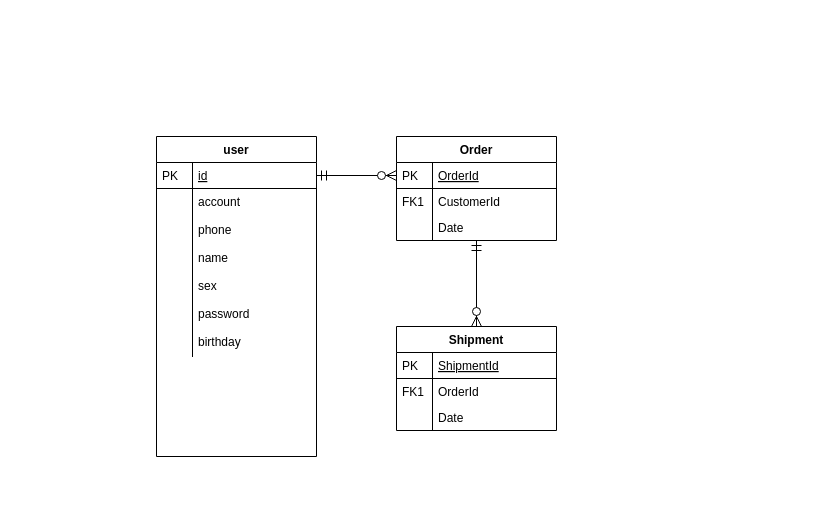
iceAcmen/myDesign keeps this draw.io diagram as 人生管理系统.drawio. Above is the earlier version. Source tidied: cells renumbered, new cells numbered last; positions are measured from the earlier drawing's top-left corner, leaving out a move shared by most shapes. Both pictures are drawn from the tidied source at 100%, with x=0, y=0 at pixel (156, 136).
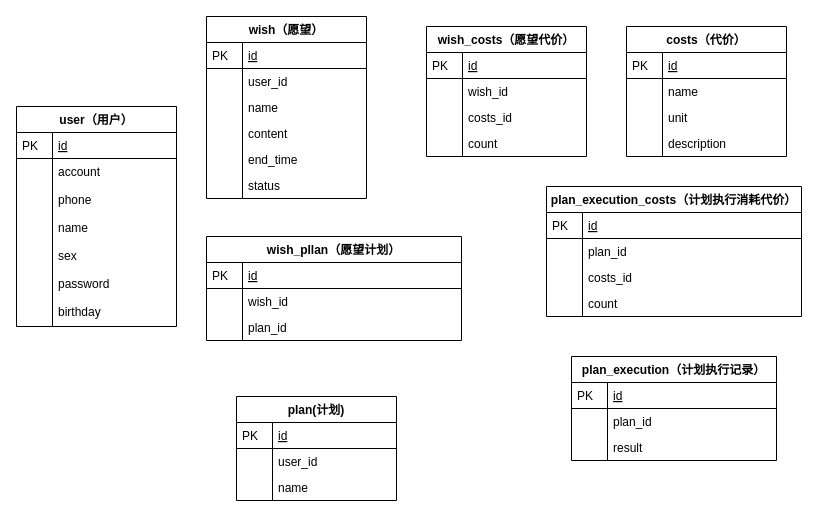
The same diagram, later.

Commit message (it also covers changes not shown here):
更新人生管理系统.drawio

The change refers to these unchanged cells:
```xml
<mxCell id="3" value="id" style="shape=partialRectangle;top=0;left=0;right=0;bottom=1;align=left;verticalAlign=top;fillColor=none;spacingLeft=40;spacingRight=4;overflow=hidden;points=[[0,0.5],[1,0.5]];portConstraint=eastwest;rounded=0;shadow=0;strokeWidth=1;fontStyle=4;" parent="2" vertex="1">
  <mxGeometry y="26" width="160" height="26" as="geometry" />
</mxCell>
```

What changed in the source:
```diff
@@
-    <mxCell id="2" value="user" style="swimlane;fontStyle=1;horizontal=1;startSize=26;rounded=0;shadow=0;strokeWidth=1;" parent="1" vertex="1">
-      <mxGeometry width="160" height="320" as="geometry" />
+    <mxCell id="2" value="user（用户）" style="swimlane;fontStyle=1;horizontal=1;startSize=26;rounded=0;shadow=0;strokeWidth=1;" parent="1" vertex="1">
+      <mxGeometry x="-140" y="-30" width="160" height="220" as="geometry" />
     </mxCell>
@@
-    <mxCell id="17" value="Order" style="swimlane;fontStyle=1;horizontal=1;startSize=26;rounded=0;shadow=0;strokeWidth=1;" parent="1" vertex="1">
-      <mxGeometry x="240" width="160" height="104" as="geometry" />
+    <mxCell id="17" value="plan(计划)" style="swimlane;fontStyle=1;horizontal=1;startSize=26;rounded=0;shadow=0;strokeWidth=1;" parent="1" vertex="1">
+      <mxGeometry x="80" y="260" width="160" height="104" as="geometry" />
     </mxCell>
-    <mxCell id="18" value="OrderId" style="shape=partialRectangle;top=0;left=0;right=0;bottom=1;align=left;verticalAlign=top;fillColor=none;spacingLeft=40;spacingRight=4;overflow=hidden;points=[[0,0.5],[1,0.5]];portConstraint=eastwest;rounded=0;shadow=0;strokeWidth=1;fontStyle=4;" parent="17" vertex="1">
+    <mxCell id="18" value="id" style="shape=partialRectangle;top=0;left=0;right=0;bottom=1;align=left;verticalAlign=top;fillColor=none;spacingLeft=40;spacingRight=4;overflow=hidden;points=[[0,0.5],[1,0.5]];portConstraint=eastwest;rounded=0;shadow=0;strokeWidth=1;fontStyle=4;" parent="17" vertex="1">
       <mxGeometry y="26" width="160" height="26" as="geometry" />
     </mxCell>
@@
-    <mxCell id="20" value="CustomerId" style="shape=partialRectangle;top=0;left=0;right=0;bottom=0;align=left;verticalAlign=top;fillColor=none;spacingLeft=40;spacingRight=4;overflow=hidden;rounded=0;shadow=0;strokeWidth=1;" parent="17" vertex="1">
+    <mxCell id="20" value="user_id" style="shape=partialRectangle;top=0;left=0;right=0;bottom=0;align=left;verticalAlign=top;fillColor=none;spacingLeft=40;spacingRight=4;overflow=hidden;rounded=0;shadow=0;strokeWidth=1;" parent="17" vertex="1">
       <mxGeometry y="52" width="160" height="26" as="geometry" />
     </mxCell>
-    <mxCell id="21" value="FK1" style="shape=partialRectangle;top=0;left=0;bottom=0;fillColor=none;align=left;verticalAlign=top;spacingLeft=4;spacingRight=4;overflow=hidden;" parent="20" vertex="1">
+    <mxCell id="21" style="shape=partialRectangle;top=0;left=0;bottom=0;fillColor=none;align=left;verticalAlign=top;spacingLeft=4;spacingRight=4;overflow=hidden;" parent="20" vertex="1">
       <mxGeometry width="36" height="26" as="geometry" />
     </mxCell>
-    <mxCell id="22" value="Date" style="shape=partialRectangle;top=0;left=0;right=0;bottom=0;align=left;verticalAlign=top;fillColor=none;spacingLeft=40;spacingRight=4;overflow=hidden;rounded=0;shadow=0;strokeWidth=1;" parent="17" vertex="1">
+    <mxCell id="22" value="name" style="shape=partialRectangle;top=0;left=0;right=0;bottom=0;align=left;verticalAlign=top;fillColor=none;spacingLeft=40;spacingRight=4;overflow=hidden;rounded=0;shadow=0;strokeWidth=1;" parent="17" vertex="1">
       <mxGeometry y="78" width="160" height="26" as="geometry" />
     </mxCell>
@@
-    <mxCell id="24" style="edgeStyle=orthogonalEdgeStyle;endArrow=ERzeroToMany;startArrow=ERmandOne;shadow=0;strokeWidth=1;endSize=8;startSize=8;" parent="1" edge="1" source="3" target="18">
-      <mxGeometry relative="1" as="geometry" />
-    </mxCell>
-    <mxCell id="25" value="Shipment" style="swimlane;fontStyle=1;horizontal=1;startSize=26;rounded=0;shadow=0;strokeWidth=1;" parent="1" vertex="1">
-      <mxGeometry x="240" y="190" width="160" height="104" as="geometry" />
+    <mxCell id="25" value="plan_execution（计划执行记录）" style="swimlane;fontStyle=1;horizontal=1;startSize=26;rounded=0;shadow=0;strokeWidth=1;" parent="1" vertex="1">
+      <mxGeometry x="415" y="220" width="205" height="104" as="geometry" />
     </mxCell>
-    <mxCell id="26" value="ShipmentId" style="shape=partialRectangle;top=0;left=0;right=0;bottom=1;align=left;verticalAlign=top;fillColor=none;spacingLeft=40;spacingRight=4;overflow=hidden;rounded=0;shadow=0;strokeWidth=1;fontStyle=4;" parent="25" vertex="1">
-      <mxGeometry y="26" width="160" height="26" as="geometry" />
+    <mxCell id="26" value="id" style="shape=partialRectangle;top=0;left=0;right=0;bottom=1;align=left;verticalAlign=top;fillColor=none;spacingLeft=40;spacingRight=4;overflow=hidden;rounded=0;shadow=0;strokeWidth=1;fontStyle=4;" parent="25" vertex="1">
+      <mxGeometry y="26" width="205" height="26" as="geometry" />
     </mxCell>
@@
-    <mxCell id="28" value="OrderId" style="shape=partialRectangle;top=0;left=0;right=0;bottom=0;align=left;verticalAlign=top;fillColor=none;spacingLeft=40;spacingRight=4;overflow=hidden;rounded=0;shadow=0;strokeWidth=1;" parent="25" vertex="1">
-      <mxGeometry y="52" width="160" height="26" as="geometry" />
+    <mxCell id="28" value="plan_id" style="shape=partialRectangle;top=0;left=0;right=0;bottom=0;align=left;verticalAlign=top;fillColor=none;spacingLeft=40;spacingRight=4;overflow=hidden;rounded=0;shadow=0;strokeWidth=1;" parent="25" vertex="1">
+      <mxGeometry y="52" width="205" height="26" as="geometry" />
     </mxCell>
-    <mxCell id="29" value="FK1" style="shape=partialRectangle;top=0;left=0;bottom=0;fillColor=none;align=left;verticalAlign=top;spacingLeft=4;spacingRight=4;overflow=hidden;" parent="28" vertex="1">
+    <mxCell id="29" style="shape=partialRectangle;top=0;left=0;bottom=0;fillColor=none;align=left;verticalAlign=top;spacingLeft=4;spacingRight=4;overflow=hidden;" parent="28" vertex="1">
       <mxGeometry width="36" height="26" as="geometry" />
     </mxCell>
-    <mxCell id="30" value="Date" style="shape=partialRectangle;top=0;left=0;right=0;bottom=0;align=left;verticalAlign=top;fillColor=none;spacingLeft=40;spacingRight=4;overflow=hidden;rounded=0;shadow=0;strokeWidth=1;" parent="25" vertex="1">
-      <mxGeometry y="78" width="160" height="26" as="geometry" />
+    <mxCell id="30" value="result" style="shape=partialRectangle;top=0;left=0;right=0;bottom=0;align=left;verticalAlign=top;fillColor=none;spacingLeft=40;spacingRight=4;overflow=hidden;rounded=0;shadow=0;strokeWidth=1;" parent="25" vertex="1">
+      <mxGeometry y="78" width="205" height="26" as="geometry" />
     </mxCell>
@@
-    <mxCell id="32" style="edgeStyle=orthogonalEdgeStyle;endArrow=ERzeroToMany;startArrow=ERmandOne;shadow=0;strokeWidth=1;endSize=8;startSize=8;" parent="1" edge="1" source="17" target="25">
-      <mxGeometry relative="1" as="geometry" />
-    </mxCell>
+    <mxCell id="33" value="wish（愿望）" style="swimlane;fontStyle=1;horizontal=1;startSize=26;rounded=0;shadow=0;strokeWidth=1;" parent="1" vertex="1">
+      <mxGeometry x="50" y="-120" width="160" height="182" as="geometry" />
+    </mxCell>
+    <mxCell id="34" value="id" style="shape=partialRectangle;top=0;left=0;right=0;bottom=1;align=left;verticalAlign=top;fillColor=none;spacingLeft=40;spacingRight=4;overflow=hidden;rounded=0;shadow=0;strokeWidth=1;fontStyle=4;" parent="33" vertex="1">
+      <mxGeometry y="26" width="160" height="26" as="geometry" />
+    </mxCell>
+    <mxCell id="35" value="PK" style="shape=partialRectangle;top=0;left=0;bottom=0;fillColor=none;align=left;verticalAlign=top;spacingLeft=4;spacingRight=4;overflow=hidden;" parent="34" vertex="1">
+      <mxGeometry width="36" height="26" as="geometry" />
+    </mxCell>
+    <mxCell id="36" value="user_id" style="shape=partialRectangle;top=0;left=0;right=0;bottom=0;align=left;verticalAlign=top;fillColor=none;spacingLeft=40;spacingRight=4;overflow=hidden;rounded=0;shadow=0;strokeWidth=1;" parent="33" vertex="1">
+      <mxGeometry y="52" width="160" height="26" as="geometry" />
+    </mxCell>
+    <mxCell id="37" style="shape=partialRectangle;top=0;left=0;bottom=0;fillColor=none;align=left;verticalAlign=top;spacingLeft=4;spacingRight=4;overflow=hidden;" parent="36" vertex="1">
+      <mxGeometry width="36" height="26" as="geometry" />
+    </mxCell>
+    <mxCell id="38" value="name" style="shape=partialRectangle;top=0;left=0;right=0;bottom=0;align=left;verticalAlign=top;fillColor=none;spacingLeft=40;spacingRight=4;overflow=hidden;rounded=0;shadow=0;strokeWidth=1;" parent="33" vertex="1">
+      <mxGeometry y="78" width="160" height="26" as="geometry" />
+    </mxCell>
+    <mxCell id="39" style="shape=partialRectangle;top=0;left=0;bottom=0;fillColor=none;align=left;verticalAlign=top;spacingLeft=4;spacingRight=4;overflow=hidden;" parent="38" vertex="1">
+      <mxGeometry width="36" height="26" as="geometry" />
+    </mxCell>
+    <mxCell id="40" value="content" style="shape=partialRectangle;top=0;left=0;right=0;bottom=0;align=left;verticalAlign=top;fillColor=none;spacingLeft=40;spacingRight=4;overflow=hidden;rounded=0;shadow=0;strokeWidth=1;" parent="33" vertex="1">
+      <mxGeometry y="104" width="160" height="26" as="geometry" />
+    </mxCell>
+    <mxCell id="41" style="shape=partialRectangle;top=0;left=0;bottom=0;fillColor=none;align=left;verticalAlign=top;spacingLeft=4;spacingRight=4;overflow=hidden;" parent="40" vertex="1">
+      <mxGeometry width="36" height="26" as="geometry" />
+    </mxCell>
+    <mxCell id="42" value="end_time" style="shape=partialRectangle;top=0;left=0;right=0;bottom=0;align=left;verticalAlign=top;fillColor=none;spacingLeft=40;spacingRight=4;overflow=hidden;rounded=0;shadow=0;strokeWidth=1;" parent="33" vertex="1">
+      <mxGeometry y="130" width="160" height="26" as="geometry" />
+    </mxCell>
+    <mxCell id="43" style="shape=partialRectangle;top=0;left=0;bottom=0;fillColor=none;align=left;verticalAlign=top;spacingLeft=4;spacingRight=4;overflow=hidden;" parent="42" vertex="1">
+      <mxGeometry width="36" height="26" as="geometry" />
+    </mxCell>
+    <mxCell id="44" value="status" style="shape=partialRectangle;top=0;left=0;right=0;bottom=0;align=left;verticalAlign=top;fillColor=none;spacingLeft=40;spacingRight=4;overflow=hidden;rounded=0;shadow=0;strokeWidth=1;" parent="33" vertex="1">
+      <mxGeometry y="156" width="160" height="26" as="geometry" />
+    </mxCell>
+    <mxCell id="45" style="shape=partialRectangle;top=0;left=0;bottom=0;fillColor=none;align=left;verticalAlign=top;spacingLeft=4;spacingRight=4;overflow=hidden;" parent="44" vertex="1">
+      <mxGeometry width="36" height="26" as="geometry" />
+    </mxCell>
+    <mxCell id="46" value="costs（代价）" style="swimlane;fontStyle=1;horizontal=1;startSize=26;rounded=0;shadow=0;strokeWidth=1;" parent="1" vertex="1">
+      <mxGeometry x="470" y="-110" width="160" height="130" as="geometry" />
+    </mxCell>
+    <mxCell id="47" value="id" style="shape=partialRectangle;top=0;left=0;right=0;bottom=1;align=left;verticalAlign=top;fillColor=none;spacingLeft=40;spacingRight=4;overflow=hidden;rounded=0;shadow=0;strokeWidth=1;fontStyle=4;" parent="46" vertex="1">
+      <mxGeometry y="26" width="160" height="26" as="geometry" />
+    </mxCell>
+    <mxCell id="48" value="PK" style="shape=partialRectangle;top=0;left=0;bottom=0;fillColor=none;align=left;verticalAlign=top;spacingLeft=4;spacingRight=4;overflow=hidden;" parent="47" vertex="1">
+      <mxGeometry width="36" height="26" as="geometry" />
+    </mxCell>
+    <mxCell id="49" value="name" style="shape=partialRectangle;top=0;left=0;right=0;bottom=0;align=left;verticalAlign=top;fillColor=none;spacingLeft=40;spacingRight=4;overflow=hidden;rounded=0;shadow=0;strokeWidth=1;" parent="46" vertex="1">
+      <mxGeometry y="52" width="160" height="26" as="geometry" />
+    </mxCell>
+    <mxCell id="50" style="shape=partialRectangle;top=0;left=0;bottom=0;fillColor=none;align=left;verticalAlign=top;spacingLeft=4;spacingRight=4;overflow=hidden;" parent="49" vertex="1">
+      <mxGeometry width="36" height="26" as="geometry" />
+    </mxCell>
+    <mxCell id="51" value="unit" style="shape=partialRectangle;top=0;left=0;right=0;bottom=0;align=left;verticalAlign=top;fillColor=none;spacingLeft=40;spacingRight=4;overflow=hidden;rounded=0;shadow=0;strokeWidth=1;" parent="46" vertex="1">
+      <mxGeometry y="78" width="160" height="26" as="geometry" />
+    </mxCell>
+    <mxCell id="52" style="shape=partialRectangle;top=0;left=0;bottom=0;fillColor=none;align=left;verticalAlign=top;spacingLeft=4;spacingRight=4;overflow=hidden;" parent="51" vertex="1">
+      <mxGeometry width="36" height="26" as="geometry" />
+    </mxCell>
+    <mxCell id="53" value="description" style="shape=partialRectangle;top=0;left=0;right=0;bottom=0;align=left;verticalAlign=top;fillColor=none;spacingLeft=40;spacingRight=4;overflow=hidden;rounded=0;shadow=0;strokeWidth=1;" parent="46" vertex="1">
+      <mxGeometry y="104" width="160" height="26" as="geometry" />
+    </mxCell>
+    <mxCell id="54" style="shape=partialRectangle;top=0;left=0;bottom=0;fillColor=none;align=left;verticalAlign=top;spacingLeft=4;spacingRight=4;overflow=hidden;" parent="53" vertex="1">
+      <mxGeometry width="36" height="26" as="geometry" />
+    </mxCell>
+    <mxCell id="55" value="wish_costs（愿望代价）" style="swimlane;fontStyle=1;horizontal=1;startSize=26;rounded=0;shadow=0;strokeWidth=1;" parent="1" vertex="1">
+      <mxGeometry x="270" y="-110" width="160" height="130" as="geometry" />
+    </mxCell>
+    <mxCell id="56" value="id" style="shape=partialRectangle;top=0;left=0;right=0;bottom=1;align=left;verticalAlign=top;fillColor=none;spacingLeft=40;spacingRight=4;overflow=hidden;rounded=0;shadow=0;strokeWidth=1;fontStyle=4;" parent="55" vertex="1">
+      <mxGeometry y="26" width="160" height="26" as="geometry" />
+    </mxCell>
+    <mxCell id="57" value="PK" style="shape=partialRectangle;top=0;left=0;bottom=0;fillColor=none;align=left;verticalAlign=top;spacingLeft=4;spacingRight=4;overflow=hidden;" parent="56" vertex="1">
+      <mxGeometry width="36" height="26" as="geometry" />
+    </mxCell>
+    <mxCell id="58" value="wish_id" style="shape=partialRectangle;top=0;left=0;right=0;bottom=0;align=left;verticalAlign=top;fillColor=none;spacingLeft=40;spacingRight=4;overflow=hidden;rounded=0;shadow=0;strokeWidth=1;" parent="55" vertex="1">
+      <mxGeometry y="52" width="160" height="26" as="geometry" />
+    </mxCell>
+    <mxCell id="59" style="shape=partialRectangle;top=0;left=0;bottom=0;fillColor=none;align=left;verticalAlign=top;spacingLeft=4;spacingRight=4;overflow=hidden;" parent="58" vertex="1">
+      <mxGeometry width="36" height="26" as="geometry" />
+    </mxCell>
+    <mxCell id="60" value="costs_id" style="shape=partialRectangle;top=0;left=0;right=0;bottom=0;align=left;verticalAlign=top;fillColor=none;spacingLeft=40;spacingRight=4;overflow=hidden;rounded=0;shadow=0;strokeWidth=1;" parent="55" vertex="1">
+      <mxGeometry y="78" width="160" height="26" as="geometry" />
+    </mxCell>
+    <mxCell id="61" style="shape=partialRectangle;top=0;left=0;bottom=0;fillColor=none;align=left;verticalAlign=top;spacingLeft=4;spacingRight=4;overflow=hidden;" parent="60" vertex="1">
+      <mxGeometry width="36" height="26" as="geometry" />
+    </mxCell>
+    <mxCell id="62" value="count" style="shape=partialRectangle;top=0;left=0;right=0;bottom=0;align=left;verticalAlign=top;fillColor=none;spacingLeft=40;spacingRight=4;overflow=hidden;rounded=0;shadow=0;strokeWidth=1;" parent="55" vertex="1">
+      <mxGeometry y="104" width="160" height="26" as="geometry" />
+    </mxCell>
+    <mxCell id="63" style="shape=partialRectangle;top=0;left=0;bottom=0;fillColor=none;align=left;verticalAlign=top;spacingLeft=4;spacingRight=4;overflow=hidden;" parent="62" vertex="1">
+      <mxGeometry width="36" height="26" as="geometry" />
+    </mxCell>
+    <mxCell id="64" value="plan_execution_costs（计划执行消耗代价）" style="swimlane;fontStyle=1;horizontal=1;startSize=26;rounded=0;shadow=0;strokeWidth=1;" parent="1" vertex="1">
+      <mxGeometry x="390" y="50" width="255" height="130" as="geometry" />
+    </mxCell>
+    <mxCell id="65" value="id" style="shape=partialRectangle;top=0;left=0;right=0;bottom=1;align=left;verticalAlign=top;fillColor=none;spacingLeft=40;spacingRight=4;overflow=hidden;rounded=0;shadow=0;strokeWidth=1;fontStyle=4;" parent="64" vertex="1">
+      <mxGeometry y="26" width="255" height="26" as="geometry" />
+    </mxCell>
+    <mxCell id="66" value="PK" style="shape=partialRectangle;top=0;left=0;bottom=0;fillColor=none;align=left;verticalAlign=top;spacingLeft=4;spacingRight=4;overflow=hidden;" parent="65" vertex="1">
+      <mxGeometry width="36" height="26" as="geometry" />
+    </mxCell>
+    <mxCell id="67" value="plan_id" style="shape=partialRectangle;top=0;left=0;right=0;bottom=0;align=left;verticalAlign=top;fillColor=none;spacingLeft=40;spacingRight=4;overflow=hidden;rounded=0;shadow=0;strokeWidth=1;" parent="64" vertex="1">
+      <mxGeometry y="52" width="255" height="26" as="geometry" />
+    </mxCell>
+    <mxCell id="68" style="shape=partialRectangle;top=0;left=0;bottom=0;fillColor=none;align=left;verticalAlign=top;spacingLeft=4;spacingRight=4;overflow=hidden;" parent="67" vertex="1">
+      <mxGeometry width="36" height="26" as="geometry" />
+    </mxCell>
+    <mxCell id="69" value="costs_id" style="shape=partialRectangle;top=0;left=0;right=0;bottom=0;align=left;verticalAlign=top;fillColor=none;spacingLeft=40;spacingRight=4;overflow=hidden;rounded=0;shadow=0;strokeWidth=1;" parent="64" vertex="1">
+      <mxGeometry y="78" width="255" height="26" as="geometry" />
+    </mxCell>
+    <mxCell id="70" style="shape=partialRectangle;top=0;left=0;bottom=0;fillColor=none;align=left;verticalAlign=top;spacingLeft=4;spacingRight=4;overflow=hidden;" parent="69" vertex="1">
+      <mxGeometry width="36" height="26" as="geometry" />
+    </mxCell>
+    <mxCell id="71" value="count" style="shape=partialRectangle;top=0;left=0;right=0;bottom=0;align=left;verticalAlign=top;fillColor=none;spacingLeft=40;spacingRight=4;overflow=hidden;rounded=0;shadow=0;strokeWidth=1;" parent="64" vertex="1">
+      <mxGeometry y="104" width="255" height="26" as="geometry" />
+    </mxCell>
+    <mxCell id="72" style="shape=partialRectangle;top=0;left=0;bottom=0;fillColor=none;align=left;verticalAlign=top;spacingLeft=4;spacingRight=4;overflow=hidden;" parent="71" vertex="1">
+      <mxGeometry width="36" height="26" as="geometry" />
+    </mxCell>
+    <mxCell id="73" value="wish_pllan（愿望计划）" style="swimlane;fontStyle=1;horizontal=1;startSize=26;rounded=0;shadow=0;strokeWidth=1;" parent="1" vertex="1">
+      <mxGeometry x="50" y="100" width="255" height="104" as="geometry" />
+    </mxCell>
+    <mxCell id="74" value="id" style="shape=partialRectangle;top=0;left=0;right=0;bottom=1;align=left;verticalAlign=top;fillColor=none;spacingLeft=40;spacingRight=4;overflow=hidden;rounded=0;shadow=0;strokeWidth=1;fontStyle=4;" parent="73" vertex="1">
+      <mxGeometry y="26" width="255" height="26" as="geometry" />
+    </mxCell>
+    <mxCell id="75" value="PK" style="shape=partialRectangle;top=0;left=0;bottom=0;fillColor=none;align=left;verticalAlign=top;spacingLeft=4;spacingRight=4;overflow=hidden;" parent="74" vertex="1">
+      <mxGeometry width="36" height="26" as="geometry" />
+    </mxCell>
+    <mxCell id="76" value="wish_id" style="shape=partialRectangle;top=0;left=0;right=0;bottom=0;align=left;verticalAlign=top;fillColor=none;spacingLeft=40;spacingRight=4;overflow=hidden;rounded=0;shadow=0;strokeWidth=1;" parent="73" vertex="1">
+      <mxGeometry y="52" width="255" height="26" as="geometry" />
+    </mxCell>
+    <mxCell id="77" style="shape=partialRectangle;top=0;left=0;bottom=0;fillColor=none;align=left;verticalAlign=top;spacingLeft=4;spacingRight=4;overflow=hidden;" parent="76" vertex="1">
+      <mxGeometry width="36" height="26" as="geometry" />
+    </mxCell>
+    <mxCell id="78" value="plan_id" style="shape=partialRectangle;top=0;left=0;right=0;bottom=0;align=left;verticalAlign=top;fillColor=none;spacingLeft=40;spacingRight=4;overflow=hidden;rounded=0;shadow=0;strokeWidth=1;" parent="73" vertex="1">
+      <mxGeometry y="78" width="255" height="26" as="geometry" />
+    </mxCell>
+    <mxCell id="79" style="shape=partialRectangle;top=0;left=0;bottom=0;fillColor=none;align=left;verticalAlign=top;spacingLeft=4;spacingRight=4;overflow=hidden;" parent="78" vertex="1">
+      <mxGeometry width="36" height="26" as="geometry" />
+    </mxCell>
```
